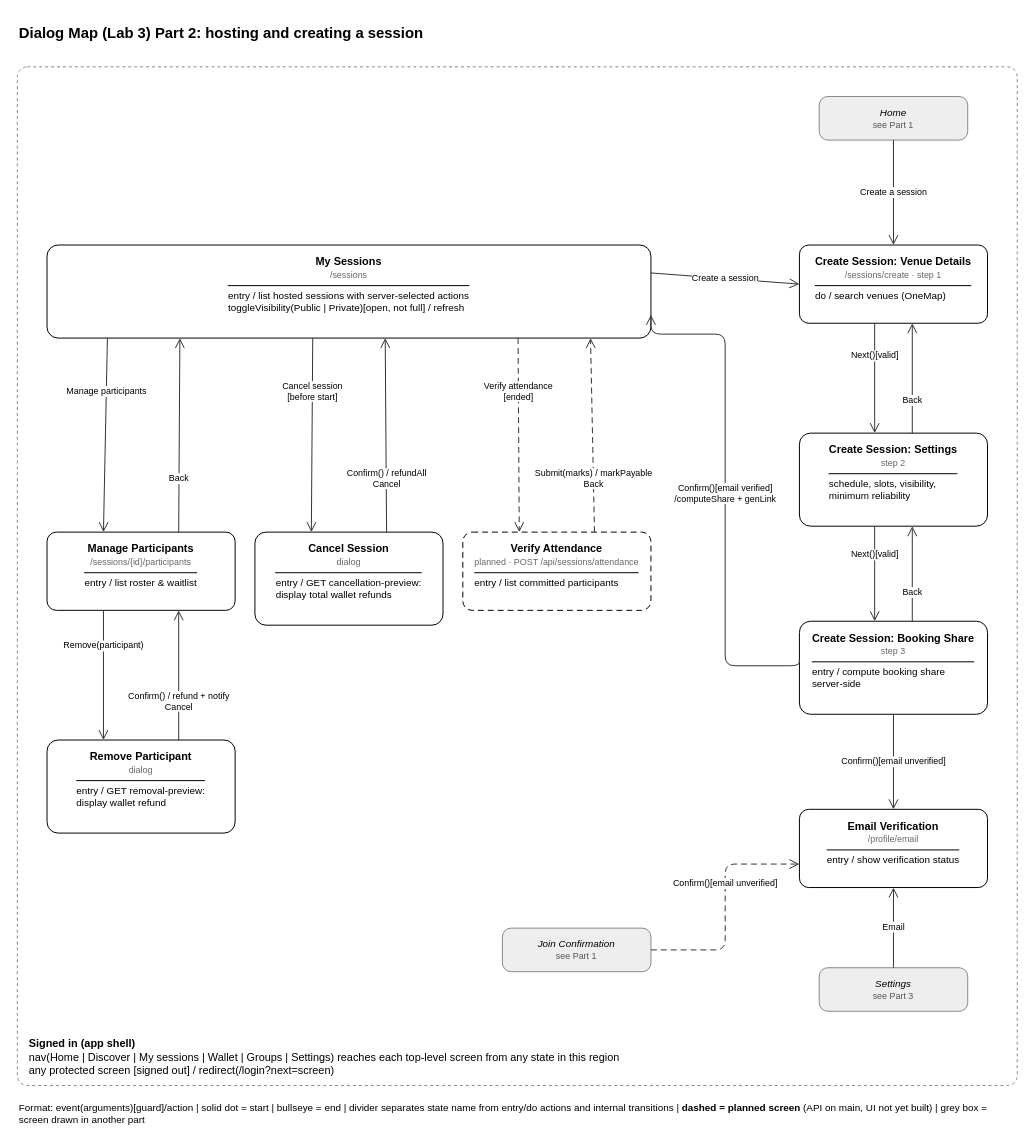
This is lab3/dialog-map-part2.drawio from liang799/booking-web-manager, a draw.io file, before an edit. Source tidied: cells renumbered, new cells numbered last; positions are measured from the earlier drawing's top-left corner, leaving out a move shared by most shapes. Both pictures are drawn from the tidied source at 99%, with x=0, y=0 at pixel (17, 17).
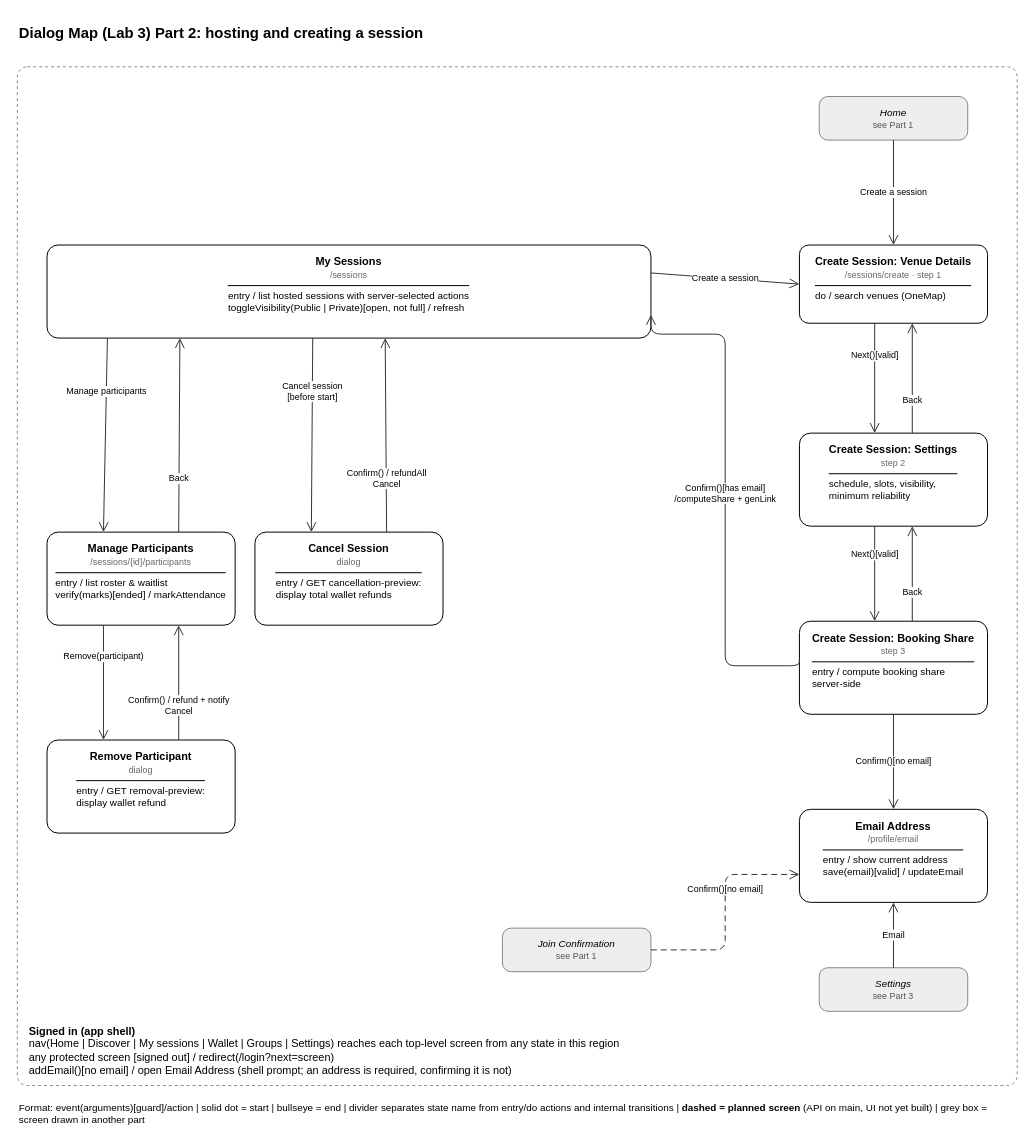
The same page after the edit.

Commit message (it also covers changes not shown here):
docs(lab3): match the dialog map's email and built screens to the app

Unchanged cells that the change refers to:
```xml
<mxCell id="3" value="&lt;b&gt;My Sessions&lt;/b&gt;&lt;br&gt;&lt;font style='font-size:9px' color='#666666'&gt;/sessions&lt;/font&gt;&lt;hr style='border:none;border-top:1px solid #000;margin:4px 0'&gt;&lt;div style='text-align:left;font-size:10px'&gt;entry / list hosted sessions with server-selected actions&lt;br&gt;toggleVisibility(Public | Private)[open, not full] / refresh&lt;/div&gt;" style="rounded=1;arcSize=12;whiteSpace=wrap;html=1;fillColor=#ffffff;strokeColor=#000000;fontSize=11;verticalAlign=top;spacingTop=4;" parent="1" vertex="1">
  <mxGeometry x="30" y="230" width="610" height="94" as="geometry" />
</mxCell>
<mxCell id="10" value="&lt;b&gt;Create Session: Booking Share&lt;/b&gt;&lt;br&gt;&lt;font style='font-size:9px' color='#666666'&gt;step 3&lt;/font&gt;&lt;hr style='border:none;border-top:1px solid #000;margin:4px 0'&gt;&lt;div style='text-align:left;font-size:10px'&gt;entry / compute booking share&lt;br&gt;server-side&lt;/div&gt;" style="rounded=1;arcSize=12;whiteSpace=wrap;html=1;fillColor=#ffffff;strokeColor=#000000;fontSize=11;verticalAlign=top;spacingTop=4;" parent="1" vertex="1">
  <mxGeometry x="790" y="610" width="190" height="94" as="geometry" />
</mxCell>
<mxCell id="13" value="&lt;i&gt;Join Confirmation&lt;/i&gt;&lt;br&gt;&lt;font style='font-size:9px' color='#555555'&gt;see Part 1&lt;/font&gt;" style="rounded=1;arcSize=20;whiteSpace=wrap;html=1;fillColor=#eeeeee;strokeColor=#888888;fontSize=10;" parent="1" vertex="1">
  <mxGeometry x="490" y="920" width="150" height="44" as="geometry" />
</mxCell>
<mxCell id="14" value="&lt;i&gt;Settings&lt;/i&gt;&lt;br&gt;&lt;font style='font-size:9px' color='#555555'&gt;see Part 3&lt;/font&gt;" style="rounded=1;arcSize=20;whiteSpace=wrap;html=1;fillColor=#eeeeee;strokeColor=#888888;fontSize=10;" parent="1" vertex="1">
  <mxGeometry x="810" y="960" width="150" height="44" as="geometry" />
</mxCell>
```

Change to the diagram source:
```diff
@@
-    <mxCell id="2" value="&lt;b&gt;Signed in (app shell)&lt;/b&gt;&lt;br&gt;nav(Home | Discover | My sessions | Wallet | Groups | Settings) reaches each top-level screen from any state in this region&lt;br&gt;any protected screen [signed out] / redirect(/login?next=screen)" style="rounded=1;arcSize=1;dashed=1;fillColor=none;strokeColor=#888888;html=1;whiteSpace=wrap;verticalAlign=bottom;align=left;spacingLeft=10;spacingBottom=6;fontSize=11;" parent="1" vertex="1">
+    <mxCell id="2" value="&lt;b&gt;Signed in (app shell)&lt;/b&gt;&lt;br&gt;nav(Home | Discover | My sessions | Wallet | Groups | Settings) reaches each top-level screen from any state in this region&lt;br&gt;any protected screen [signed out] / redirect(/login?next=screen)&lt;br&gt;addEmail()[no email] / open Email Address (shell prompt; an address is required, confirming it is not)" style="rounded=1;arcSize=1;dashed=1;fillColor=none;strokeColor=#888888;html=1;whiteSpace=wrap;verticalAlign=bottom;align=left;spacingLeft=10;spacingBottom=6;fontSize=11;" parent="1" vertex="1">
       <mxGeometry y="50" width="1010" height="1029" as="geometry" />
     </mxCell>
@@
-    <mxCell id="4" value="&lt;b&gt;Manage Participants&lt;/b&gt;&lt;br&gt;&lt;font style='font-size:9px' color='#666666'&gt;/sessions/{id}/participants&lt;/font&gt;&lt;hr style='border:none;border-top:1px solid #000;margin:4px 0'&gt;&lt;div style='text-align:left;font-size:10px'&gt;entry / list roster &amp;amp; waitlist&lt;/div&gt;" style="rounded=1;arcSize=12;whiteSpace=wrap;html=1;fillColor=#ffffff;strokeColor=#000000;fontSize=11;verticalAlign=top;spacingTop=4;" parent="1" vertex="1">
-      <mxGeometry x="30" y="520" width="190" height="79" as="geometry" />
+    <mxCell id="4" value="&lt;b&gt;Manage Participants&lt;/b&gt;&lt;br&gt;&lt;font style='font-size:9px' color='#666666'&gt;/sessions/{id}/participants&lt;/font&gt;&lt;hr style='border:none;border-top:1px solid #000;margin:4px 0'&gt;&lt;div style='text-align:left;font-size:10px'&gt;entry / list roster &amp;amp; waitlist&lt;br&gt;verify(marks)[ended] / markAttendance&lt;/div&gt;" style="rounded=1;arcSize=12;whiteSpace=wrap;html=1;fillColor=#ffffff;strokeColor=#000000;fontSize=11;verticalAlign=top;spacingTop=4;" parent="1" vertex="1">
+      <mxGeometry x="30" y="520" width="190" height="94" as="geometry" />
     </mxCell>
@@
-    <mxCell id="7" value="&lt;b&gt;Verify Attendance&lt;/b&gt;&lt;br&gt;&lt;font style='font-size:9px' color='#666666'&gt;planned · POST /api/sessions/attendance&lt;/font&gt;&lt;hr style='border:none;border-top:1px solid #000;margin:4px 0'&gt;&lt;div style='text-align:left;font-size:10px'&gt;entry / list committed participants&lt;/div&gt;" style="rounded=1;arcSize=12;whiteSpace=wrap;html=1;fillColor=#ffffff;strokeColor=#000000;fontSize=11;verticalAlign=top;spacingTop=4;dashed=1;dashPattern=6 4;" parent="1" vertex="1">
-      <mxGeometry x="450" y="520" width="190" height="79" as="geometry" />
-    </mxCell>
@@
-    <mxCell id="11" value="&lt;b&gt;Email Verification&lt;/b&gt;&lt;br&gt;&lt;font style='font-size:9px' color='#666666'&gt;/profile/email&lt;/font&gt;&lt;hr style='border:none;border-top:1px solid #000;margin:4px 0'&gt;&lt;div style='text-align:left;font-size:10px'&gt;entry / show verification status&lt;/div&gt;" style="rounded=1;arcSize=12;whiteSpace=wrap;html=1;fillColor=#ffffff;strokeColor=#000000;fontSize=11;verticalAlign=top;spacingTop=4;" parent="1" vertex="1">
-      <mxGeometry x="790" y="800" width="190" height="79" as="geometry" />
+    <mxCell id="11" value="&lt;b&gt;Email Address&lt;/b&gt;&lt;br&gt;&lt;font style='font-size:9px' color='#666666'&gt;/profile/email&lt;/font&gt;&lt;hr style='border:none;border-top:1px solid #000;margin:4px 0'&gt;&lt;div style='text-align:left;font-size:10px'&gt;entry / show current address&lt;br&gt;save(email)[valid] / updateEmail&lt;/div&gt;" style="rounded=1;arcSize=12;whiteSpace=wrap;html=1;fillColor=#ffffff;strokeColor=#000000;fontSize=11;verticalAlign=top;spacingTop=4;" parent="1" vertex="1">
+      <mxGeometry x="790" y="800" width="190" height="94" as="geometry" />
     </mxCell>
@@
-    <mxCell id="16" value="Confirm()[email unverified]" style="html=1;rounded=1;endArrow=open;endSize=8;strokeColor=#333333;fontSize=9;labelBackgroundColor=#ffffff;dashed=1;dashPattern=6 4;exitX=1;exitY=0.5;entryX=0;entryY=0.7;edgeStyle=orthogonalEdgeStyle;" parent="1" edge="1" source="13" target="11">
+    <mxCell id="16" value="Confirm()[no email]" style="html=1;rounded=1;endArrow=open;endSize=8;strokeColor=#333333;fontSize=9;labelBackgroundColor=#ffffff;dashed=1;dashPattern=6 4;exitX=1;exitY=0.5;entryX=0;entryY=0.7;edgeStyle=orthogonalEdgeStyle;" parent="1" edge="1" source="13" target="11">
       <mxGeometry x="0.2" relative="1" as="geometry" />
     </mxCell>
@@
-    <mxCell id="22" value="Confirm()[email verified]&lt;br&gt;/computeShare + genLink" style="html=1;rounded=1;endArrow=open;endSize=8;strokeColor=#333333;fontSize=9;labelBackgroundColor=#ffffff;exitX=0;exitY=0.4;entryX=1;entryY=0.75;edgeStyle=orthogonalEdgeStyle;" parent="1" edge="1" source="10" target="3">
+    <mxCell id="22" value="Confirm()[has email]&lt;br&gt;/computeShare + genLink" style="html=1;rounded=1;endArrow=open;endSize=8;strokeColor=#333333;fontSize=9;labelBackgroundColor=#ffffff;exitX=0;exitY=0.4;entryX=1;entryY=0.75;edgeStyle=orthogonalEdgeStyle;" parent="1" edge="1" source="10" target="3">
       <mxGeometry relative="1" as="geometry">
         <Array as="points">
           <mxPoint x="715" y="655" />
           <mxPoint x="715" y="320" />
         </Array>
       </mxGeometry>
     </mxCell>
-    <mxCell id="23" value="Confirm()[email unverified]" style="html=1;rounded=1;endArrow=open;endSize=8;strokeColor=#333333;fontSize=9;labelBackgroundColor=#ffffff;edgeStyle=none;exitX=0.5;exitY=1;entryX=0.5;entryY=0;" parent="1" edge="1" source="10" target="11">
+    <mxCell id="23" value="Confirm()[no email]" style="html=1;rounded=1;endArrow=open;endSize=8;strokeColor=#333333;fontSize=9;labelBackgroundColor=#ffffff;edgeStyle=none;exitX=0.5;exitY=1;entryX=0.5;entryY=0;" parent="1" edge="1" source="10" target="11">
       <mxGeometry relative="1" as="geometry" />
     </mxCell>
@@
-    <mxCell id="30" value="Verify attendance&lt;br&gt;[ended]" style="html=1;rounded=1;endArrow=open;endSize=8;strokeColor=#333333;fontSize=9;labelBackgroundColor=#ffffff;edgeStyle=none;dashed=1;dashPattern=6 4;exitX=0.78;exitY=1;entryX=0.3;entryY=0;" parent="1" edge="1" source="3" target="7">
-      <mxGeometry x="-0.45" relative="1" as="geometry" />
+    <mxCell id="30" value="Email" style="html=1;rounded=1;endArrow=open;endSize=8;strokeColor=#333333;fontSize=9;labelBackgroundColor=#ffffff;edgeStyle=none;exitX=0.5;exitY=0;entryX=0.5;entryY=1;" parent="1" edge="1" source="14" target="11">
+      <mxGeometry relative="1" as="geometry" />
     </mxCell>
-    <mxCell id="31" value="Submit(marks) / markPayable&lt;br&gt;Back" style="html=1;rounded=1;endArrow=open;endSize=8;strokeColor=#333333;fontSize=9;labelBackgroundColor=#ffffff;edgeStyle=none;dashed=1;dashPattern=6 4;exitX=0.7;exitY=0;entryX=0.9;entryY=1;" parent="1" edge="1" source="7" target="3">
-      <mxGeometry x="-0.45" relative="1" as="geometry" />
-    </mxCell>
-    <mxCell id="32" value="Email" style="html=1;rounded=1;endArrow=open;endSize=8;strokeColor=#333333;fontSize=9;labelBackgroundColor=#ffffff;edgeStyle=none;exitX=0.5;exitY=0;entryX=0.5;entryY=1;" parent="1" edge="1" source="14" target="11">
-      <mxGeometry relative="1" as="geometry" />
-    </mxCell>
```
